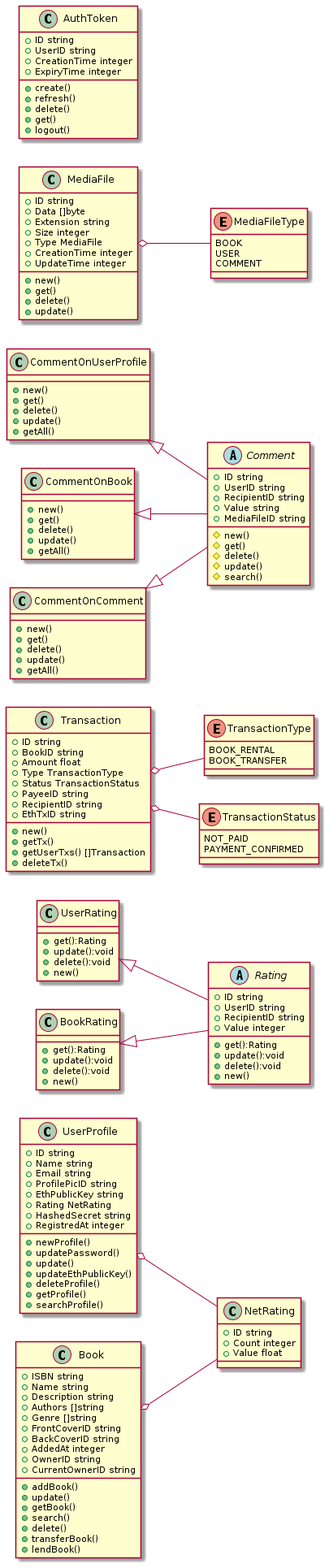
Above: docs/img/class.png in Zzocker/book-labs (PlantUML), before the change.
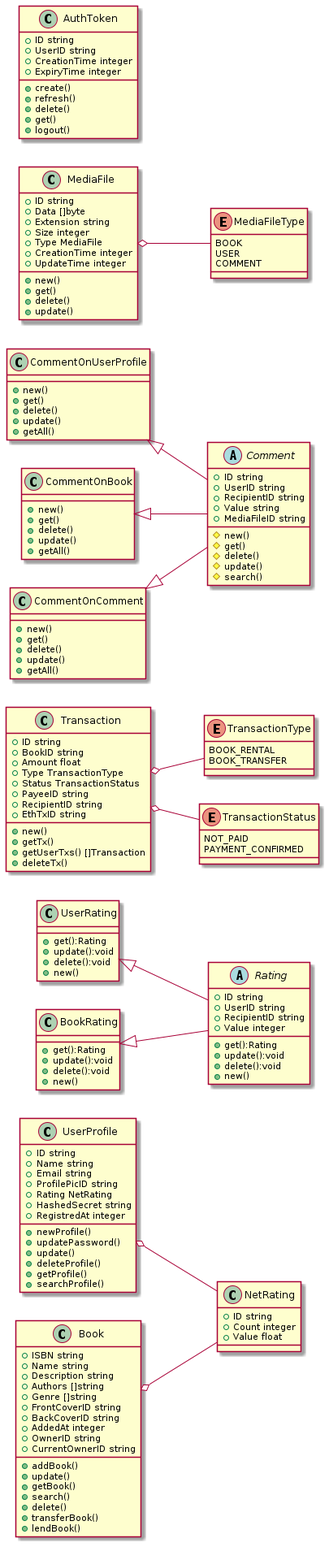
Above is the later version.

Commit message:
service(userprofile): removed eth address from the model

What changed in the source:
```diff
@@ -7,7 +7,6 @@
     + Name string
     + Email string
     + ProfilePicID string
-    + EthPublicKey string
     + Rating NetRating
     + HashedSecret string
     + RegistredAt integer
@@ -15,7 +14,6 @@
     + newProfile()
     + updatePassword()
     + update()
-    + updateEthPublicKey()
     + deleteProfile()
     + getProfile()
     + searchProfile()
```
